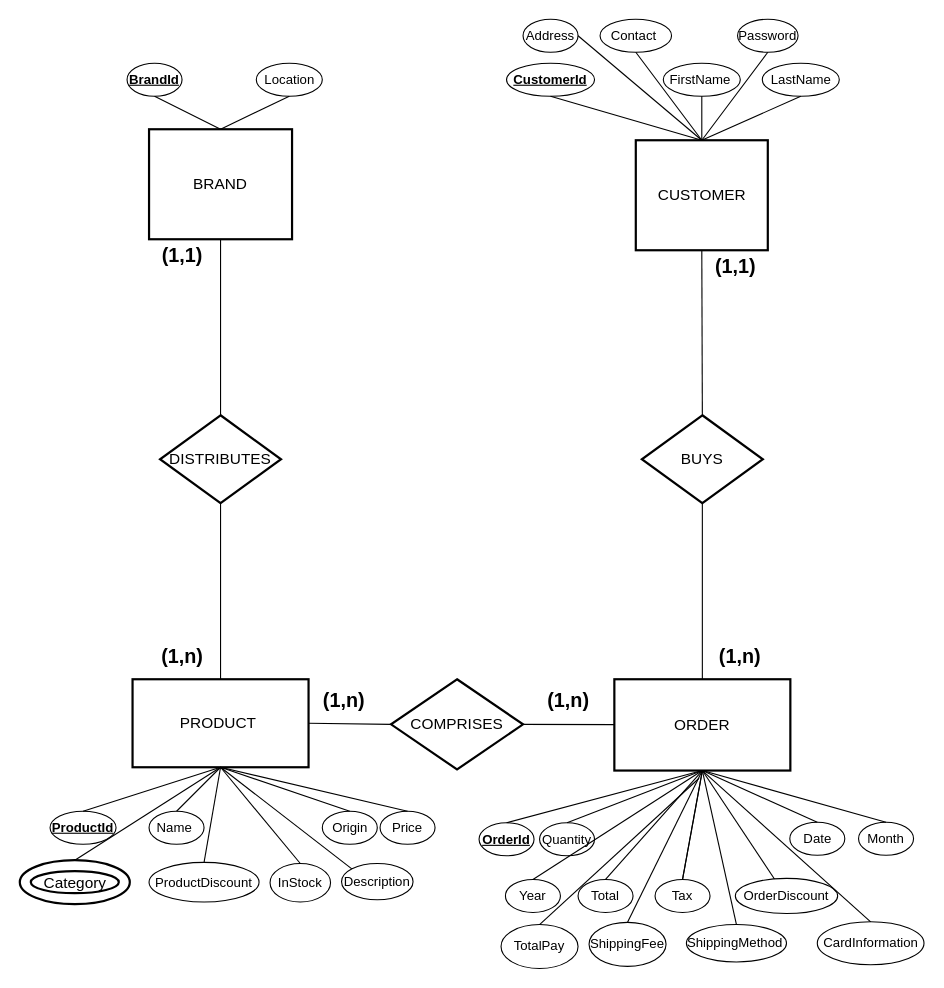
Earlier version of the draw.io diagram page "Page-1" (1 of 3) of ERD/ERD2.drawio (Ngoc99/VIRTUAL-SHOPPING-_-SE_-ITITIU-2019). Source tidied: cells renumbered, new cells numbered last; positions are measured from the earlier drawing's top-left corner, leaving out a move shared by most shapes. Both pictures are drawn from the tidied source at 110%, with x=0, y=0 at pixel (19, 19).
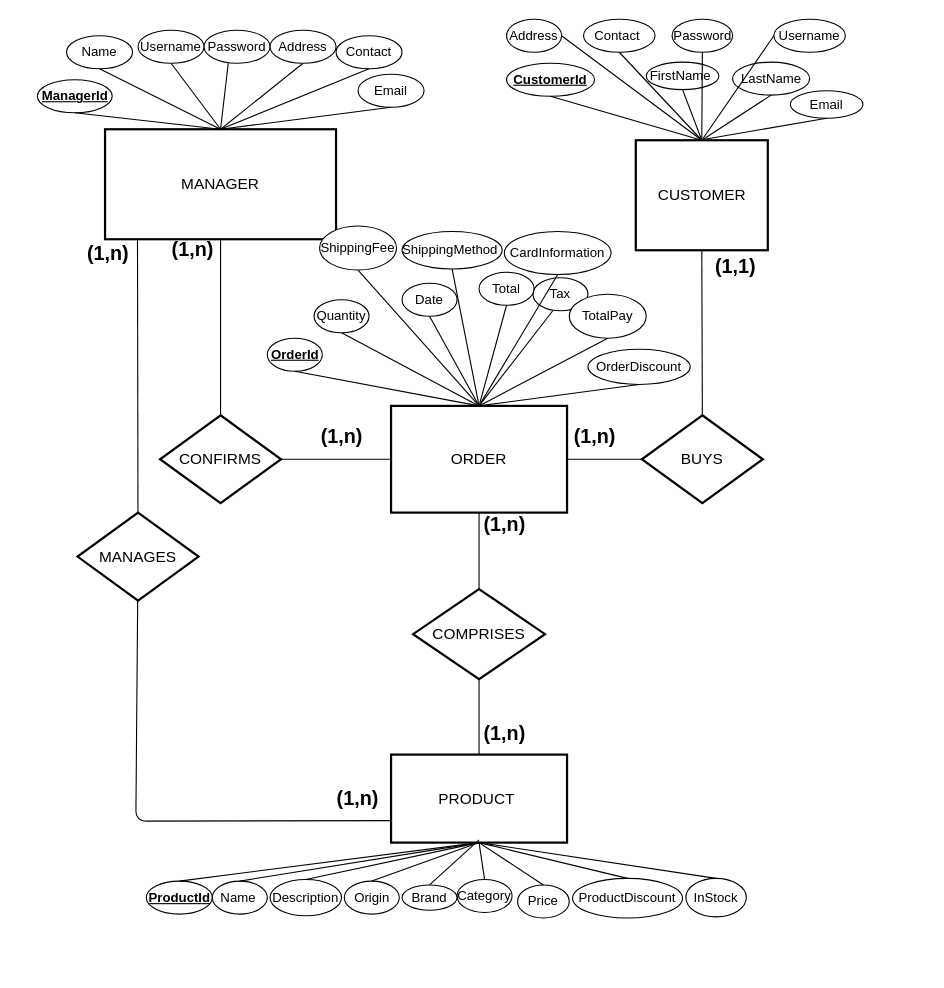
After the change.

The change refers to these unchanged cells:
```xml
<mxCell id="3" value="CUSTOMER" style="strokeWidth=2;whiteSpace=wrap;html=1;align=center;fontSize=14;" parent="1" vertex="1">
  <mxGeometry x="560.5" y="110" width="120" height="100" as="geometry" />
</mxCell>
<mxCell id="7" value="BUYS" style="shape=rhombus;strokeWidth=2;fontSize=17;perimeter=rhombusPerimeter;whiteSpace=wrap;html=1;align=center;fontSize=14;" parent="1" vertex="1">
  <mxGeometry x="566" y="360" width="110" height="80" as="geometry" />
</mxCell>
```

Diff of the diagram source:
```diff
@@
     <mxCell id="2" value="PRODUCT&amp;nbsp;&lt;br&gt;" style="strokeWidth=2;whiteSpace=wrap;html=1;align=center;fontSize=14;" parent="1" vertex="1">
-      <mxGeometry x="103" y="600" width="160" height="80" as="geometry" />
+      <mxGeometry x="338" y="668.5" width="160" height="80" as="geometry" />
     </mxCell>
@@
-    <mxCell id="4" value="BRAND" style="strokeWidth=2;whiteSpace=wrap;html=1;align=center;fontSize=14;" parent="1" vertex="1">
-      <mxGeometry x="118" y="100" width="130" height="100" as="geometry" />
+    <mxCell id="4" value="MANAGER" style="strokeWidth=2;whiteSpace=wrap;html=1;align=center;fontSize=14;" parent="1" vertex="1">
+      <mxGeometry x="78" y="100" width="210" height="100" as="geometry" />
     </mxCell>
     <mxCell id="5" value="ORDER" style="strokeWidth=2;whiteSpace=wrap;html=1;align=center;fontSize=14;" parent="1" vertex="1">
-      <mxGeometry x="541" y="600" width="160" height="83" as="geometry" />
+      <mxGeometry x="338" y="351.5" width="160" height="97" as="geometry" />
     </mxCell>
     <mxCell id="6" value="COMPRISES" style="shape=rhombus;strokeWidth=2;fontSize=17;perimeter=rhombusPerimeter;whiteSpace=wrap;html=1;align=center;fontSize=14;" parent="1" vertex="1">
-      <mxGeometry x="338" y="600" width="120" height="82" as="geometry" />
+      <mxGeometry x="358" y="518" width="120" height="82" as="geometry" />
     </mxCell>
@@
-    <mxCell id="8" value="DISTRIBUTES" style="shape=rhombus;strokeWidth=2;fontSize=13;perimeter=rhombusPerimeter;whiteSpace=wrap;html=1;align=center;fontSize=14;" parent="1" vertex="1">
+    <mxCell id="8" value="CONFIRMS" style="shape=rhombus;strokeWidth=2;fontSize=13;perimeter=rhombusPerimeter;whiteSpace=wrap;html=1;align=center;fontSize=14;" parent="1" vertex="1">
       <mxGeometry x="128" y="360" width="110" height="80" as="geometry" />
     </mxCell>
     <mxCell id="9" value="Name&amp;nbsp;" style="ellipse;whiteSpace=wrap;html=1;" parent="1" vertex="1">
-      <mxGeometry x="118" y="720" width="50" height="30" as="geometry" />
+      <mxGeometry x="175.5" y="783.5" width="50" height="30" as="geometry" />
     </mxCell>
     <mxCell id="10" value="Origin" style="ellipse;whiteSpace=wrap;html=1;" parent="1" vertex="1">
-      <mxGeometry x="275.5" y="720" width="50" height="30" as="geometry" />
+      <mxGeometry x="295.5" y="783.5" width="50" height="30" as="geometry" />
     </mxCell>
     <mxCell id="11" value="Price" style="ellipse;whiteSpace=wrap;html=1;" parent="1" vertex="1">
-      <mxGeometry x="328" y="720" width="50" height="30" as="geometry" />
+      <mxGeometry x="453" y="787" width="47" height="30" as="geometry" />
     </mxCell>
     <mxCell id="12" value="InStock" style="ellipse;whiteSpace=wrap;html=1;" parent="1" vertex="1">
-      <mxGeometry x="228" y="767.5" width="55" height="35" as="geometry" />
+      <mxGeometry x="606" y="781" width="55" height="35" as="geometry" />
     </mxCell>
     <mxCell id="13" value="ProductId" style="ellipse;whiteSpace=wrap;html=1;fontStyle=5;" parent="1" vertex="1">
-      <mxGeometry x="28" y="720" width="60" height="30" as="geometry" />
+      <mxGeometry x="115.5" y="783.5" width="60" height="30" as="geometry" />
     </mxCell>
     <mxCell id="14" value="Description" style="ellipse;whiteSpace=wrap;html=1;" parent="1" vertex="1">
-      <mxGeometry x="293" y="767.5" width="65" height="33" as="geometry" />
+      <mxGeometry x="228" y="782" width="65" height="33" as="geometry" />
     </mxCell>
     <mxCell id="15" value="ProductDiscount" style="ellipse;whiteSpace=wrap;html=1;" parent="1" vertex="1">
-      <mxGeometry x="118" y="766.5" width="100" height="36" as="geometry" />
+      <mxGeometry x="503" y="781" width="100" height="36" as="geometry" />
     </mxCell>
     <mxCell id="16" value="Date" style="ellipse;whiteSpace=wrap;html=1;" parent="1" vertex="1">
-      <mxGeometry x="700.5" y="730" width="50" height="30" as="geometry" />
+      <mxGeometry x="348" y="240" width="50" height="30" as="geometry" />
     </mxCell>
     <mxCell id="17" value="Quantity" style="ellipse;whiteSpace=wrap;html=1;" parent="1" vertex="1">
-      <mxGeometry x="473" y="730.5" width="50" height="30" as="geometry" />
+      <mxGeometry x="268" y="255" width="50" height="30" as="geometry" />
     </mxCell>
@@
     <mxCell id="19" value="CardInformation" style="ellipse;whiteSpace=wrap;html=1;" parent="1" vertex="1">
-      <mxGeometry x="725.5" y="820.5" width="97" height="39" as="geometry" />
+      <mxGeometry x="441" y="193" width="97" height="39" as="geometry" />
     </mxCell>
     <mxCell id="20" value="FirstName&amp;nbsp;" style="ellipse;whiteSpace=wrap;html=1;" parent="1" vertex="1">
-      <mxGeometry x="585.5" y="40" width="70" height="30" as="geometry" />
+      <mxGeometry x="570" y="39" width="66" height="25" as="geometry" />
     </mxCell>
     <mxCell id="21" value="OrderId" style="ellipse;whiteSpace=wrap;html=1;fontStyle=5;" parent="1" vertex="1">
-      <mxGeometry x="418" y="730.5" width="50" height="30" as="geometry" />
+      <mxGeometry x="225.5" y="290" width="50" height="30" as="geometry" />
     </mxCell>
-    <mxCell id="22" value="Year" style="ellipse;whiteSpace=wrap;html=1;" parent="1" vertex="1">
-      <mxGeometry x="442" y="782" width="50" height="30" as="geometry" />
-    </mxCell>
-    <mxCell id="23" value="Month" style="ellipse;whiteSpace=wrap;html=1;" parent="1" vertex="1">
-      <mxGeometry x="763" y="730" width="50" height="30" as="geometry" />
-    </mxCell>
     <mxCell id="24" value="ShippingMethod&amp;nbsp;" style="ellipse;whiteSpace=wrap;html=1;" parent="1" vertex="1">
-      <mxGeometry x="606.5" y="823" width="91" height="34" as="geometry" />
+      <mxGeometry x="348" y="193" width="91" height="34" as="geometry" />
     </mxCell>
     <mxCell id="25" value="LastName" style="ellipse;whiteSpace=wrap;html=1;" parent="1" vertex="1">
-      <mxGeometry x="675.5" y="40" width="70" height="30" as="geometry" />
+      <mxGeometry x="648.5" y="39" width="70" height="30" as="geometry" />
     </mxCell>
     <mxCell id="26" value="Contact&amp;nbsp;" style="ellipse;whiteSpace=wrap;html=1;" parent="1" vertex="1">
-      <mxGeometry x="528" width="65" height="30" as="geometry" />
+      <mxGeometry x="513" width="65" height="30" as="geometry" />
     </mxCell>
     <mxCell id="27" value="Password" style="ellipse;whiteSpace=wrap;html=1;" parent="1" vertex="1">
-      <mxGeometry x="653" width="55" height="30" as="geometry" />
+      <mxGeometry x="593.5" width="55" height="30" as="geometry" />
     </mxCell>
     <mxCell id="28" value="Address" style="ellipse;whiteSpace=wrap;html=1;" parent="1" vertex="1">
-      <mxGeometry x="458" width="50" height="30" as="geometry" />
+      <mxGeometry x="443" width="50" height="30" as="geometry" />
     </mxCell>
     <mxCell id="29" value="OrderDiscount" style="ellipse;whiteSpace=wrap;html=1;" parent="1" vertex="1">
-      <mxGeometry x="651" y="781" width="93" height="32" as="geometry" />
+      <mxGeometry x="517" y="300" width="93" height="32" as="geometry" />
     </mxCell>
     <mxCell id="30" value="Tax" style="ellipse;whiteSpace=wrap;html=1;" parent="1" vertex="1">
-      <mxGeometry x="578" y="782" width="50" height="30" as="geometry" />
+      <mxGeometry x="467" y="235" width="50" height="30" as="geometry" />
     </mxCell>
     <mxCell id="31" value="Total" style="ellipse;whiteSpace=wrap;html=1;" parent="1" vertex="1">
-      <mxGeometry x="508" y="782" width="50" height="30" as="geometry" />
+      <mxGeometry x="418" y="230" width="50" height="30" as="geometry" />
     </mxCell>
     <mxCell id="32" value="ShippingFee" style="ellipse;whiteSpace=wrap;html=1;" parent="1" vertex="1">
-      <mxGeometry x="518" y="821" width="70" height="40" as="geometry" />
+      <mxGeometry x="273" y="188" width="70" height="40" as="geometry" />
     </mxCell>
@@
-    <mxCell id="38" style="endArrow=none;html=1;fontSize=13;exitX=0;exitY=0;exitDx=0;exitDy=0;entryX=0.5;entryY=1;entryDx=0;entryDy=0;" parent="1" edge="1" source="14" target="2">
+    <mxCell id="38" style="endArrow=none;html=1;fontSize=13;exitX=0.5;exitY=0;exitDx=0;exitDy=0;entryX=0.5;entryY=1;entryDx=0;entryDy=0;" parent="1" edge="1" source="14" target="2">
       <mxGeometry relative="1" as="geometry" />
     </mxCell>
@@
-    <mxCell id="40" style="endArrow=none;html=1;fontSize=13;entryX=0.5;entryY=1;entryDx=0;entryDy=0;exitX=0.5;exitY=0;exitDx=0;exitDy=0;" parent="1" edge="1" source="21" target="5">
+    <mxCell id="40" style="endArrow=none;html=1;fontSize=13;entryX=0.5;entryY=0;entryDx=0;entryDy=0;exitX=0.5;exitY=1;exitDx=0;exitDy=0;" parent="1" edge="1" source="21" target="5">
       <mxGeometry relative="1" as="geometry" />
     </mxCell>
-    <mxCell id="41" style="endArrow=none;html=1;fontSize=13;entryX=0.5;entryY=1;entryDx=0;entryDy=0;exitX=0.5;exitY=0;exitDx=0;exitDy=0;" parent="1" edge="1" source="22" target="5">
-      <mxGeometry relative="1" as="geometry" />
-    </mxCell>
-    <mxCell id="42" style="endArrow=none;html=1;fontSize=13;exitX=0.5;exitY=0;exitDx=0;exitDy=0;entryX=0.5;entryY=1;entryDx=0;entryDy=0;" parent="1" edge="1" source="30" target="5">
-      <mxGeometry relative="1" as="geometry" />
-    </mxCell>
-    <mxCell id="43" style="endArrow=none;html=1;fontSize=13;entryX=0.5;entryY=1;entryDx=0;entryDy=0;exitX=0.5;exitY=0;exitDx=0;exitDy=0;" parent="1" edge="1" source="30" target="5">
+    <mxCell id="43" style="endArrow=none;html=1;fontSize=13;exitX=0.36;exitY=1;exitDx=0;exitDy=0;exitPerimeter=0;entryX=0.5;entryY=0;entryDx=0;entryDy=0;" parent="1" edge="1" source="30" target="5">
       <mxGeometry relative="1" as="geometry" />
     </mxCell>
-    <mxCell id="44" style="endArrow=none;html=1;fontSize=13;entryX=0.5;entryY=1;entryDx=0;entryDy=0;exitX=0.5;exitY=0;exitDx=0;exitDy=0;" parent="1" edge="1" source="17" target="5">
+    <mxCell id="44" style="endArrow=none;html=1;fontSize=13;entryX=0.5;entryY=0;entryDx=0;entryDy=0;exitX=0.5;exitY=1;exitDx=0;exitDy=0;" parent="1" edge="1" source="17" target="5">
       <mxGeometry relative="1" as="geometry" />
     </mxCell>
-    <mxCell id="45" style="endArrow=none;html=1;fontSize=13;entryX=0.5;entryY=1;entryDx=0;entryDy=0;exitX=0.5;exitY=0;exitDx=0;exitDy=0;" parent="1" edge="1" source="16" target="5">
+    <mxCell id="45" style="endArrow=none;html=1;fontSize=13;entryX=0.5;entryY=0;entryDx=0;entryDy=0;exitX=0.5;exitY=1;exitDx=0;exitDy=0;" parent="1" edge="1" source="16" target="5">
       <mxGeometry relative="1" as="geometry" />
     </mxCell>
-    <mxCell id="46" style="endArrow=none;html=1;fontSize=13;entryX=0.5;entryY=1;entryDx=0;entryDy=0;exitX=0.382;exitY=0.017;exitDx=0;exitDy=0;exitPerimeter=0;" parent="1" edge="1" source="29" target="5">
+    <mxCell id="46" style="endArrow=none;html=1;fontSize=13;entryX=0.5;entryY=0;entryDx=0;entryDy=0;exitX=0.5;exitY=1;exitDx=0;exitDy=0;" parent="1" edge="1" source="29" target="5">
       <mxGeometry relative="1" as="geometry" />
     </mxCell>
-    <mxCell id="47" style="endArrow=none;html=1;fontSize=13;entryX=0.5;entryY=1;entryDx=0;entryDy=0;exitX=0.5;exitY=0;exitDx=0;exitDy=0;" parent="1" edge="1" source="23" target="5">
-      <mxGeometry relative="1" as="geometry" />
-    </mxCell>
-    <mxCell id="48" style="endArrow=none;html=1;fontSize=13;entryX=0.5;entryY=1;entryDx=0;entryDy=0;exitX=0.5;exitY=0;exitDx=0;exitDy=0;" parent="1" edge="1" source="31" target="5">
+    <mxCell id="48" style="endArrow=none;html=1;fontSize=13;entryX=0.5;entryY=0;entryDx=0;entryDy=0;exitX=0.5;exitY=1;exitDx=0;exitDy=0;" parent="1" edge="1" source="31" target="5">
       <mxGeometry relative="1" as="geometry" />
     </mxCell>
@@
-    <mxCell id="55" value="BrandId" style="ellipse;whiteSpace=wrap;html=1;fontStyle=5;" parent="1" vertex="1">
-      <mxGeometry x="98" y="40" width="50" height="30" as="geometry" />
+    <mxCell id="55" value="ManagerId" style="ellipse;whiteSpace=wrap;html=1;fontStyle=5;" parent="1" vertex="1">
+      <mxGeometry x="16.5" y="55" width="68" height="30" as="geometry" />
     </mxCell>
-    <mxCell id="56" value="Location" style="ellipse;whiteSpace=wrap;html=1;" parent="1" vertex="1">
-      <mxGeometry x="215.5" y="40" width="60" height="30" as="geometry" />
+    <mxCell id="56" value="Username" style="ellipse;whiteSpace=wrap;html=1;" parent="1" vertex="1">
+      <mxGeometry x="108" y="10" width="60" height="30" as="geometry" />
     </mxCell>
@@
-    <mxCell id="59" style="endArrow=none;html=1;fontSize=13;entryX=0.5;entryY=1;entryDx=0;entryDy=0;exitX=0.5;exitY=0;exitDx=0;exitDy=0;" parent="1" edge="1" source="2" target="8">
+    <mxCell id="59" style="endArrow=none;html=1;fontSize=13;entryX=1;entryY=0.5;entryDx=0;entryDy=0;exitX=0;exitY=0.5;exitDx=0;exitDy=0;" parent="1" edge="1" source="5" target="8">
       <mxGeometry relative="1" as="geometry" />
     </mxCell>
@@
-    <mxCell id="61" style="endArrow=none;html=1;fontSize=13;entryX=0;entryY=0.5;entryDx=0;entryDy=0;exitX=1;exitY=0.5;exitDx=0;exitDy=0;" parent="1" edge="1" source="2" target="6">
+    <mxCell id="61" style="endArrow=none;html=1;fontSize=13;entryX=0.5;entryY=1;entryDx=0;entryDy=0;exitX=0.5;exitY=0;exitDx=0;exitDy=0;" parent="1" edge="1" source="2" target="6">
       <mxGeometry relative="1" as="geometry" />
     </mxCell>
-    <mxCell id="62" style="endArrow=none;html=1;fontSize=13;exitX=1;exitY=0.5;exitDx=0;exitDy=0;" parent="1" edge="1" source="6" target="5">
+    <mxCell id="62" style="endArrow=none;html=1;fontSize=13;exitX=0.5;exitY=0;exitDx=0;exitDy=0;" parent="1" edge="1" source="6" target="5">
       <mxGeometry relative="1" as="geometry" />
     </mxCell>
-    <mxCell id="63" style="endArrow=none;html=1;fontSize=13;entryX=0.5;entryY=1;entryDx=0;entryDy=0;exitX=0.5;exitY=0;exitDx=0;exitDy=0;" parent="1" edge="1" source="5" target="7">
+    <mxCell id="63" style="endArrow=none;html=1;fontSize=13;entryX=0;entryY=0.5;entryDx=0;entryDy=0;exitX=1;exitY=0.5;exitDx=0;exitDy=0;" parent="1" edge="1" source="5" target="7">
       <mxGeometry relative="1" as="geometry" />
     </mxCell>
@@
-    <mxCell id="65" style="endArrow=none;html=1;fontSize=13;entryX=0.5;entryY=1;entryDx=0;entryDy=0;exitX=0.5;exitY=0;exitDx=0;exitDy=0;" parent="1" edge="1" source="32" target="5">
+    <mxCell id="65" style="endArrow=none;html=1;fontSize=13;entryX=0.5;entryY=0;entryDx=0;entryDy=0;exitX=0.5;exitY=1;exitDx=0;exitDy=0;" parent="1" edge="1" source="32" target="5">
       <mxGeometry relative="1" as="geometry" />
     </mxCell>
-    <mxCell id="66" style="endArrow=none;html=1;fontSize=13;entryX=0.5;entryY=1;entryDx=0;entryDy=0;exitX=0.5;exitY=0;exitDx=0;exitDy=0;" parent="1" edge="1" source="19" target="5">
+    <mxCell id="66" style="endArrow=none;html=1;fontSize=13;entryX=0.5;entryY=0;entryDx=0;entryDy=0;exitX=0.5;exitY=1;exitDx=0;exitDy=0;" parent="1" edge="1" source="19" target="5">
       <mxGeometry relative="1" as="geometry" />
     </mxCell>
-    <mxCell id="67" style="endArrow=none;html=1;fontSize=13;entryX=0.5;entryY=1;entryDx=0;entryDy=0;exitX=0.5;exitY=0;exitDx=0;exitDy=0;" parent="1" edge="1" source="24" target="5">
+    <mxCell id="67" style="endArrow=none;html=1;fontSize=13;exitX=0.5;exitY=1;exitDx=0;exitDy=0;entryX=0.5;entryY=0;entryDx=0;entryDy=0;" parent="1" edge="1" source="24" target="5">
       <mxGeometry relative="1" as="geometry" />
     </mxCell>
-    <mxCell id="68" value="(1,n)" style="text;html=1;strokeColor=none;fillColor=none;align=center;verticalAlign=middle;whiteSpace=wrap;rounded=0;fontSize=18;fontStyle=1;" parent="1" vertex="1">
-      <mxGeometry x="115.5" y="570" width="65" height="20" as="geometry" />
-    </mxCell>
-    <mxCell id="69" value="(1,1)" style="text;html=1;strokeColor=none;fillColor=none;align=center;verticalAlign=middle;whiteSpace=wrap;rounded=0;fontSize=18;fontStyle=1;" parent="1" vertex="1">
-      <mxGeometry x="115.5" y="205" width="65" height="20" as="geometry" />
+    <mxCell id="69" value="(1,n)&amp;nbsp;" style="text;html=1;strokeColor=none;fillColor=none;align=center;verticalAlign=middle;whiteSpace=wrap;rounded=0;fontSize=18;fontStyle=1;" parent="1" vertex="1">
+      <mxGeometry x="128" y="200" width="65" height="20" as="geometry" />
     </mxCell>
     <mxCell id="70" value="(1,n)" style="text;html=1;strokeColor=none;fillColor=none;align=center;verticalAlign=middle;whiteSpace=wrap;rounded=0;fontSize=18;fontStyle=1;" parent="1" vertex="1">
-      <mxGeometry x="623" y="570" width="65" height="20" as="geometry" />
+      <mxGeometry x="408.5" y="640" width="65" height="20" as="geometry" />
     </mxCell>
@@
     <mxCell id="72" value="(1,n)" style="text;html=1;strokeColor=none;fillColor=none;align=center;verticalAlign=middle;whiteSpace=wrap;rounded=0;fontSize=18;fontStyle=1;" parent="1" vertex="1">
-      <mxGeometry x="467" y="610" width="65" height="20" as="geometry" />
+      <mxGeometry x="408.5" y="450" width="65" height="20" as="geometry" />
     </mxCell>
-    <mxCell id="73" value="(1,n)" style="text;html=1;strokeColor=none;fillColor=none;align=center;verticalAlign=middle;whiteSpace=wrap;rounded=0;fontSize=18;fontStyle=1;" parent="1" vertex="1">
-      <mxGeometry x="263" y="610" width="65" height="20" as="geometry" />
-    </mxCell>
-    <mxCell id="74" value="Category" style="ellipse;shape=doubleEllipse;margin=10;strokeWidth=2;fontSize=14;whiteSpace=wrap;html=1;align=center;" parent="1" vertex="1">
-      <mxGeometry x="0.5" y="764.5" width="100" height="40" as="geometry" />
-    </mxCell>
@@
-    <mxCell id="76" style="endArrow=none;html=1;fontSize=18;exitX=0.5;exitY=0;exitDx=0;exitDy=0;" parent="1" edge="1" source="77">
-      <mxGeometry relative="1" as="geometry">
-        <mxPoint x="618" y="690" as="targetPoint" />
-      </mxGeometry>
+    <mxCell id="76" style="endArrow=none;html=1;fontSize=18;exitX=0.5;exitY=1;exitDx=0;exitDy=0;entryX=0.5;entryY=0;entryDx=0;entryDy=0;" parent="1" edge="1" source="77" target="5">
+      <mxGeometry relative="1" as="geometry" />
     </mxCell>
     <mxCell id="77" value="TotalPay" style="ellipse;whiteSpace=wrap;html=1;" parent="1" vertex="1">
-      <mxGeometry x="438" y="823" width="70" height="40" as="geometry" />
+      <mxGeometry x="500" y="250" width="70" height="40" as="geometry" />
     </mxCell>
+    <mxCell id="78" value="Password" style="ellipse;whiteSpace=wrap;html=1;" parent="1" vertex="1">
+      <mxGeometry x="168" y="10" width="60" height="30" as="geometry" />
+    </mxCell>
+    <mxCell id="79" value="Name" style="ellipse;whiteSpace=wrap;html=1;" parent="1" vertex="1">
+      <mxGeometry x="43" y="15" width="60" height="30" as="geometry" />
+    </mxCell>
+    <mxCell id="80" style="endArrow=none;html=1;fontSize=13;exitX=0.5;exitY=1;exitDx=0;exitDy=0;entryX=0.5;entryY=0;entryDx=0;entryDy=0;" parent="1" edge="1" source="79" target="4">
+      <mxGeometry relative="1" as="geometry" />
+    </mxCell>
+    <mxCell id="81" style="endArrow=none;html=1;fontSize=13;entryX=0.5;entryY=1;entryDx=0;entryDy=0;exitX=0.5;exitY=0;exitDx=0;exitDy=0;" parent="1" edge="1" source="4" target="83">
+      <mxGeometry relative="1" as="geometry" />
+    </mxCell>
+    <mxCell id="82" style="endArrow=none;html=1;fontSize=13;entryX=0.367;entryY=1;entryDx=0;entryDy=0;entryPerimeter=0;exitX=0.5;exitY=0;exitDx=0;exitDy=0;" parent="1" edge="1" source="4" target="78">
+      <mxGeometry relative="1" as="geometry" />
+    </mxCell>
+    <mxCell id="83" value="Address" style="ellipse;whiteSpace=wrap;html=1;" parent="1" vertex="1">
+      <mxGeometry x="228" y="10" width="60" height="30" as="geometry" />
+    </mxCell>
+    <mxCell id="84" value="Contact" style="ellipse;whiteSpace=wrap;html=1;" parent="1" vertex="1">
+      <mxGeometry x="288" y="15" width="60" height="30" as="geometry" />
+    </mxCell>
+    <mxCell id="85" style="endArrow=none;html=1;fontSize=13;entryX=0.5;entryY=1;entryDx=0;entryDy=0;exitX=0.5;exitY=0;exitDx=0;exitDy=0;" parent="1" edge="1" source="4" target="84">
+      <mxGeometry relative="1" as="geometry" />
+    </mxCell>
+    <mxCell id="86" value="Email" style="ellipse;whiteSpace=wrap;html=1;" parent="1" vertex="1">
+      <mxGeometry x="701" y="65" width="66" height="25" as="geometry" />
+    </mxCell>
+    <mxCell id="87" style="endArrow=none;html=1;fontSize=13;entryX=0.5;entryY=1;entryDx=0;entryDy=0;" parent="1" edge="1" target="86">
+      <mxGeometry relative="1" as="geometry">
+        <mxPoint x="618" y="110" as="sourcePoint" />
+      </mxGeometry>
+    </mxCell>
+    <mxCell id="88" value="Email" style="ellipse;whiteSpace=wrap;html=1;" parent="1" vertex="1">
+      <mxGeometry x="308" y="50" width="60" height="30" as="geometry" />
+    </mxCell>
+    <mxCell id="89" style="endArrow=none;html=1;fontSize=13;entryX=0.5;entryY=1;entryDx=0;entryDy=0;exitX=0.5;exitY=0;exitDx=0;exitDy=0;" parent="1" edge="1" source="4" target="88">
+      <mxGeometry relative="1" as="geometry" />
+    </mxCell>
+    <mxCell id="74" value="Category" style="ellipse;whiteSpace=wrap;html=1;" parent="1" vertex="1">
+      <mxGeometry x="398" y="782" width="50" height="30" as="geometry" />
+    </mxCell>
+    <mxCell id="90" value="Brand" style="ellipse;whiteSpace=wrap;html=1;" parent="1" vertex="1">
+      <mxGeometry x="348" y="787" width="50" height="23" as="geometry" />
+    </mxCell>
+    <mxCell id="91" style="endArrow=none;html=1;fontSize=13;exitX=0.5;exitY=0;exitDx=0;exitDy=0;" parent="1" edge="1" source="90">
+      <mxGeometry relative="1" as="geometry">
+        <mxPoint x="418" y="746" as="targetPoint" />
+      </mxGeometry>
+    </mxCell>
+    <mxCell id="92" value="(1,n)" style="text;html=1;strokeColor=none;fillColor=none;align=center;verticalAlign=middle;whiteSpace=wrap;rounded=0;fontSize=18;fontStyle=1;" parent="1" vertex="1">
+      <mxGeometry x="260.5" y="370" width="65" height="20" as="geometry" />
+    </mxCell>
+    <mxCell id="93" style="endArrow=none;html=1;fontSize=13;entryX=0.5;entryY=1;entryDx=0;entryDy=0;" parent="1" edge="1" source="95">
+      <mxGeometry relative="1" as="geometry">
+        <mxPoint x="107.5" y="200" as="targetPoint" />
+      </mxGeometry>
+    </mxCell>
+    <mxCell id="94" style="endArrow=none;html=1;fontSize=13;exitX=0;exitY=0.75;exitDx=0;exitDy=0;" parent="1" edge="1" source="2" target="95">
+      <mxGeometry relative="1" as="geometry">
+        <Array as="points">
+          <mxPoint x="106" y="729" />
+        </Array>
+      </mxGeometry>
+    </mxCell>
+    <mxCell id="95" value="MANAGES" style="shape=rhombus;strokeWidth=2;fontSize=13;perimeter=rhombusPerimeter;whiteSpace=wrap;html=1;align=center;fontSize=14;" parent="1" vertex="1">
+      <mxGeometry x="53" y="448.5" width="110" height="80" as="geometry" />
+    </mxCell>
+    <mxCell id="96" value="(1,n)&amp;nbsp;" style="text;html=1;strokeColor=none;fillColor=none;align=center;verticalAlign=middle;whiteSpace=wrap;rounded=0;fontSize=18;fontStyle=1;" parent="1" vertex="1">
+      <mxGeometry x="50.5" y="202.5" width="65" height="20" as="geometry" />
+    </mxCell>
+    <mxCell id="97" value="(1,n)&amp;nbsp;" style="text;html=1;strokeColor=none;fillColor=none;align=center;verticalAlign=middle;whiteSpace=wrap;rounded=0;fontSize=18;fontStyle=1;" parent="1" vertex="1">
+      <mxGeometry x="278" y="698.5" width="65" height="20" as="geometry" />
+    </mxCell>
+    <mxCell id="98" value="(1,n)" style="text;html=1;strokeColor=none;fillColor=none;align=center;verticalAlign=middle;whiteSpace=wrap;rounded=0;fontSize=18;fontStyle=1;" parent="1" vertex="1">
+      <mxGeometry x="490.5" y="370" width="65" height="20" as="geometry" />
+    </mxCell>
+    <mxCell id="99" value="Username" style="ellipse;whiteSpace=wrap;html=1;" parent="1" vertex="1">
+      <mxGeometry x="686" width="65" height="30" as="geometry" />
+    </mxCell>
+    <mxCell id="100" style="endArrow=none;html=1;fontSize=13;exitX=0;exitY=0.5;exitDx=0;exitDy=0;entryX=0.5;entryY=0;entryDx=0;entryDy=0;" parent="1" edge="1" source="99" target="3">
+      <mxGeometry relative="1" as="geometry" />
+    </mxCell>
```
